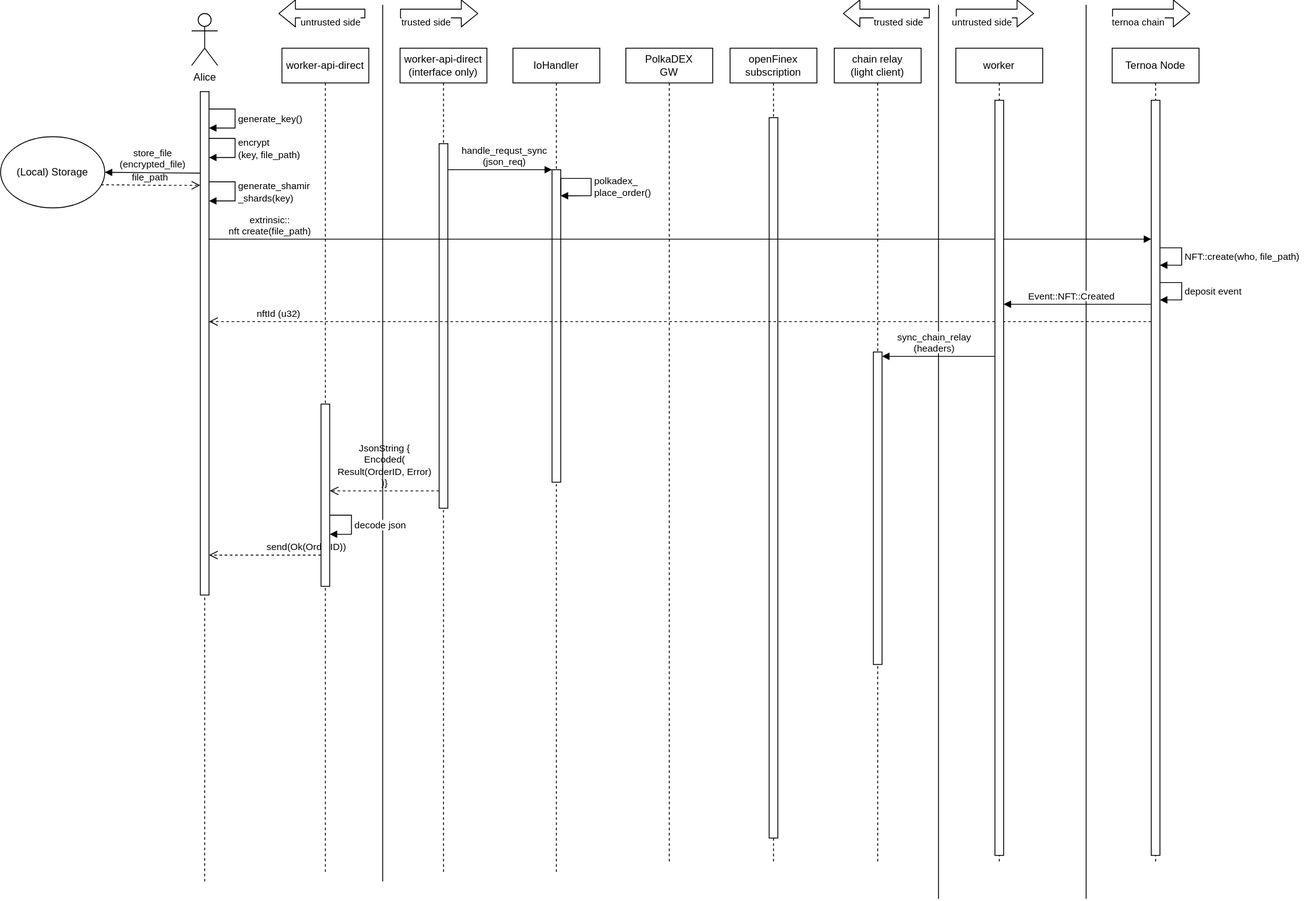
This is capsule_sequence_diagram.svg from haerdib/substraTEE_diagramms, a draw.io export, as it was before one commit. Source tidied: cells renumbered, new cells last; positions are measured from the earlier drawing's top-left corner, leaving out a move shared by most shapes.
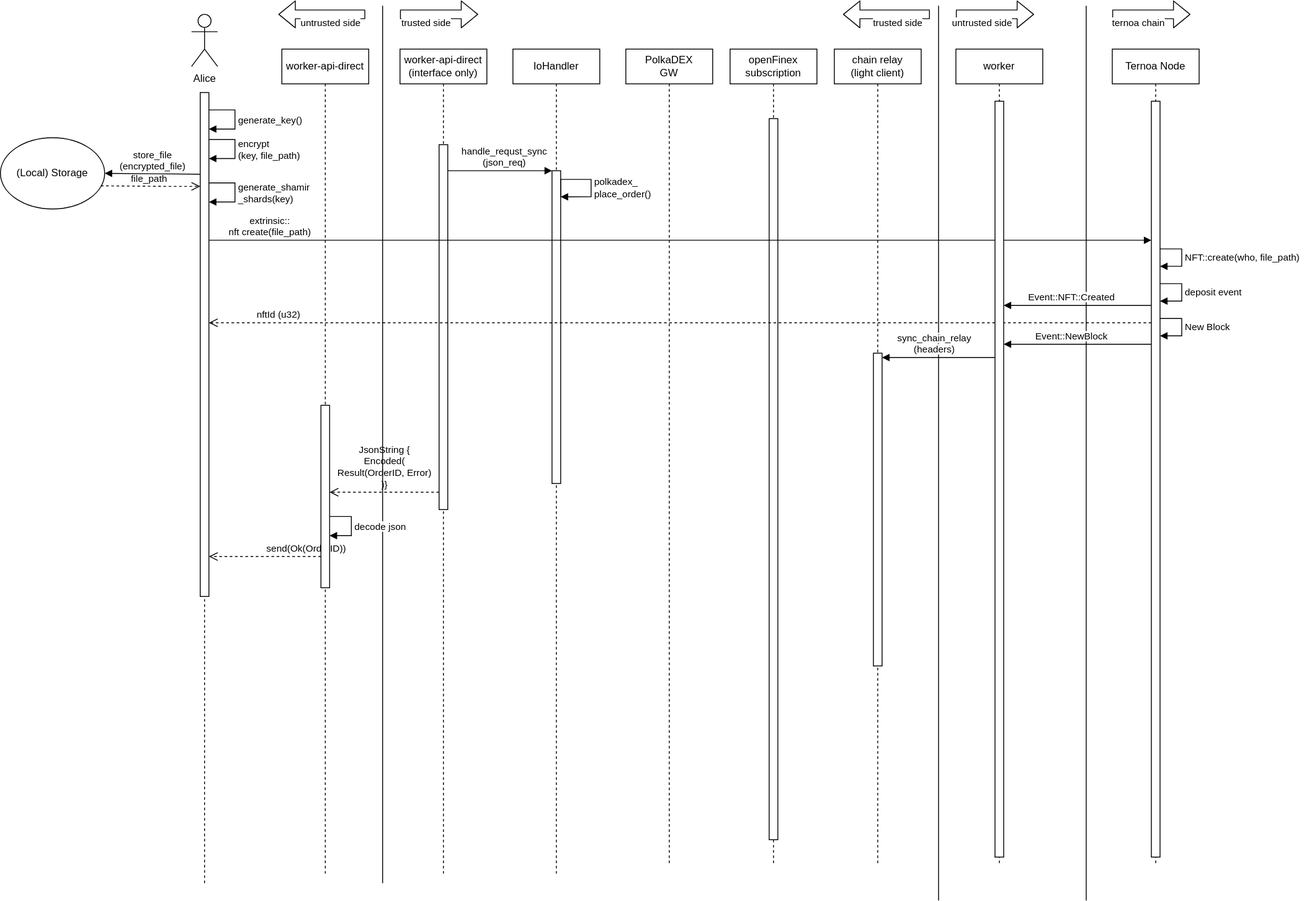
The same file after the commit.

What changed in the source:
```diff
@@ -121,6 +121,14 @@
         </Array>
       </mxGeometry>
     </mxCell>
+    <mxCell id="51" value="New Block" style="edgeStyle=orthogonalEdgeStyle;html=1;align=left;spacingLeft=2;endArrow=block;rounded=0;" parent="23" edge="1" source="24" target="24">
+      <mxGeometry relative="1" as="geometry">
+        <Array as="points">
+          <mxPoint x="80" y="310" />
+          <mxPoint x="80" y="330" />
+        </Array>
+      </mxGeometry>
+    </mxCell>
     <mxCell id="27" value="JsonString { &lt;br&gt;&lt;div&gt;Encoded(&lt;/div&gt;&lt;div&gt;Result(OrderID, Error)&lt;/div&gt;&lt;div&gt;)}&lt;br&gt;&lt;/div&gt;" style="html=1;verticalAlign=bottom;endArrow=open;dashed=1;endSize=8;labelBackgroundColor=none;strokeColor=#000000;fontColor=#000000;" parent="1" edge="1" target="12">
       <mxGeometry relative="1" as="geometry">
         <mxPoint x="505" y="560" as="sourcePoint" />
@@ -258,5 +266,11 @@
     <mxCell id="50" style="html=1;perimeter=orthogonalPerimeter;fontColor=#000000;" parent="1" vertex="1">
       <mxGeometry x="1005" y="400" width="10" height="360" as="geometry" />
     </mxCell>
+    <mxCell id="52" value="&lt;span style=&quot;background-color: rgb(255 , 255 , 255)&quot;&gt;Event::NewBlock&lt;/span&gt;" style="html=1;verticalAlign=bottom;endArrow=block;labelBackgroundColor=none;strokeColor=#000000;fontColor=#000000;" parent="1" edge="1">
+      <mxGeometry x="0.08" relative="1" as="geometry">
+        <mxPoint x="1325" y="389.7" as="sourcePoint" />
+        <mxPoint x="1155" y="389.7" as="targetPoint" />
+      </mxGeometry>
+    </mxCell>
   </root>
 </mxGraphModel>
```
